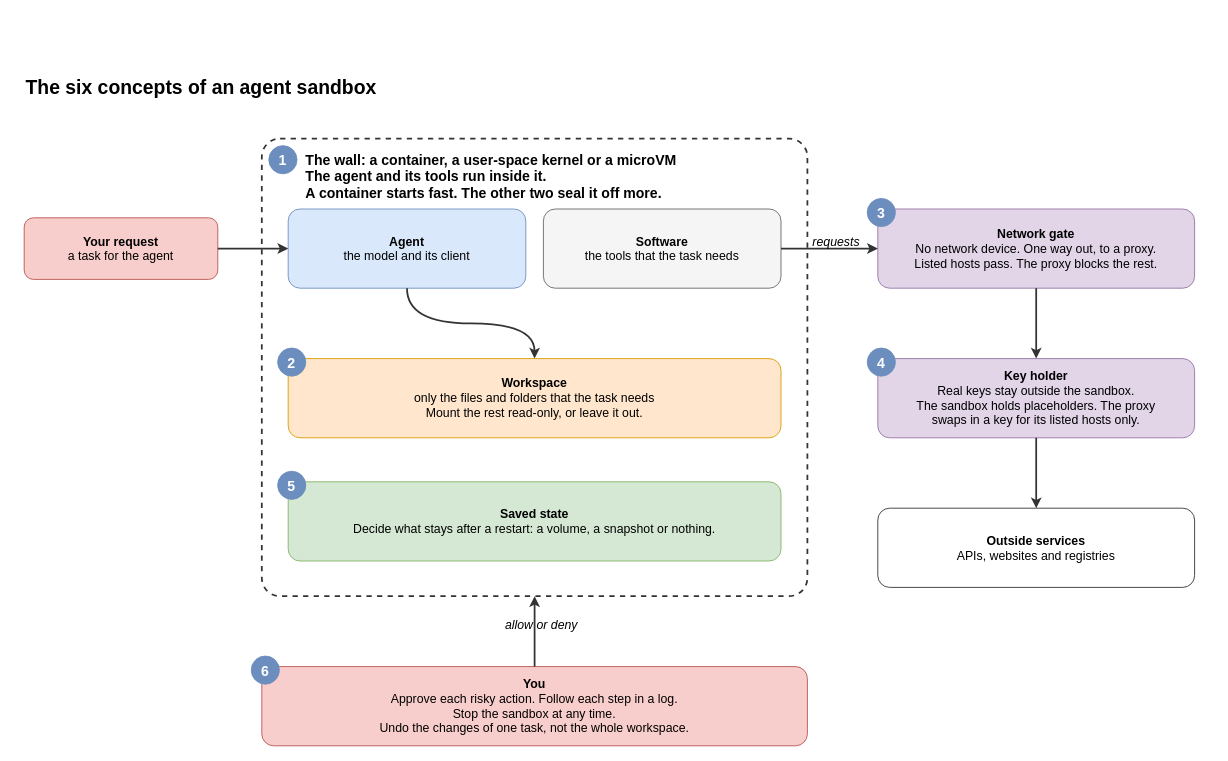
This is .sandbox/docs/diagrams/concepts.drawio from raghav19/engineersdaybook, a draw.io file, before an edit. Source tidied: cells renumbered, new cells numbered last; positions are measured from the earlier drawing's top-left corner, leaving out a move shared by most shapes. Both pictures are drawn from the tidied source at 88%, with x=0, y=0 at pixel (24, 68).
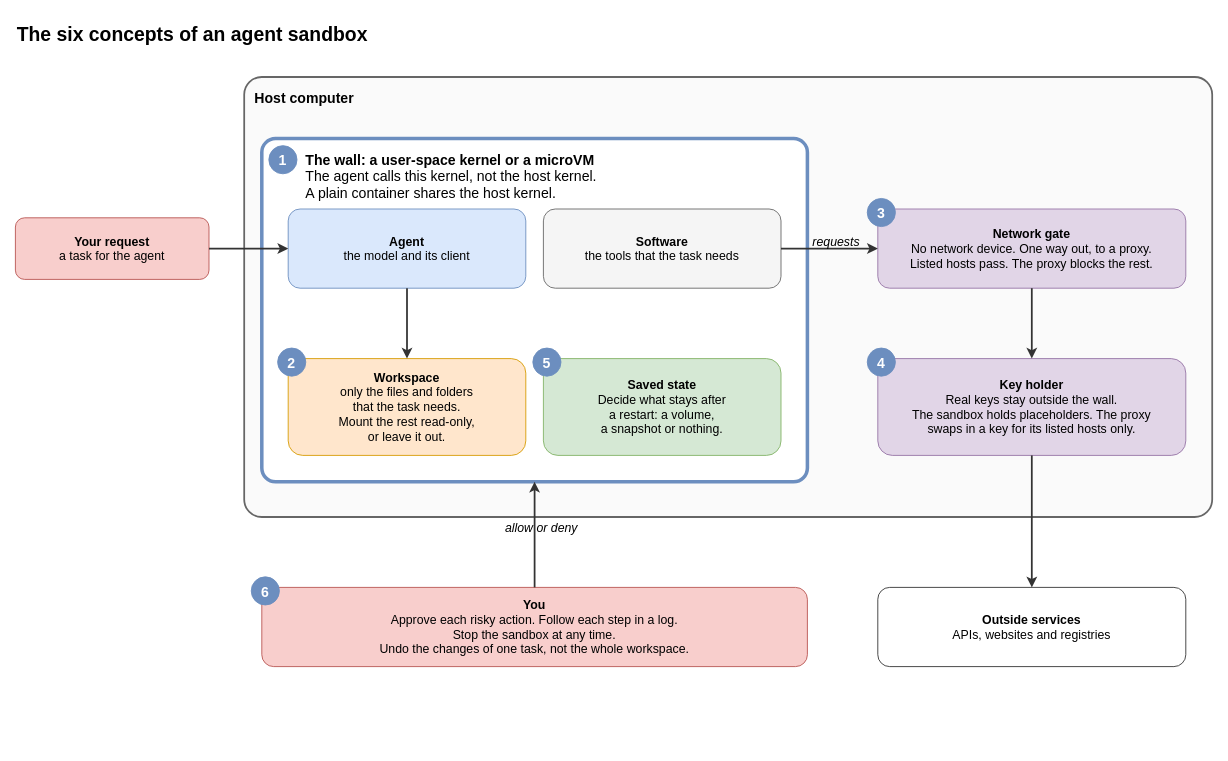
The same diagram, later.

Commit message (it also covers changes not shown here):
sandbox: show the wall as its own box in the concepts diagram

- A grey box is the host computer. In it, a thick blue box is the wall:
  a user-space kernel or a microVM. The agent, the software, the
  workspace and the saved state are in the wall.
- The network gate and the key holder are on the host, outside the wall.
- Each arrow is a straight line between the centers of two box sides.

The edit, as a diff of the source:
```diff
@@
     <mxCell id="2" value="The six concepts of an agent sandbox" style="text;html=0;fontSize=22;fontStyle=1;align=left;verticalAlign=middle;" parent="1" vertex="1">
-      <mxGeometry width="700" height="40" as="geometry" />
+      <mxGeometry x="-10" y="-60" width="700" height="40" as="geometry" />
     </mxCell>
-    <mxCell id="3" value="The wall: a container, a user-space kernel or a microVM&#10;The agent and its tools run inside it.&#10;A container starts fast. The other two seal it off more." style="rounded=1;arcSize=4;dashed=1;whiteSpace=wrap;html=0;fontSize=16;fillColor=#ffffff;strokeColor=#333333;strokeWidth=2;align=left;spacingLeft=48;fontStyle=1;verticalAlign=top;spacingTop=8;" parent="1" vertex="1">
-      <mxGeometry x="270" y="80" width="620" height="520" as="geometry" />
-    </mxCell>
+    <mxCell id="25" value="&lt;b&gt;Host computer&lt;/b&gt;" style="rounded=1;arcSize=4;whiteSpace=wrap;html=1;fontSize=16;fillColor=#fafafa;strokeColor=#666666;strokeWidth=2;align=left;spacingLeft=10;verticalAlign=top;spacingTop=8;" parent="1" vertex="1">
+      <mxGeometry x="250" y="10" width="1100" height="500" as="geometry" />
+    </mxCell>
+    <mxCell id="26" value="&lt;b&gt;The wall: a user-space kernel or a microVM&lt;/b&gt;&lt;br&gt;The agent calls this kernel, not the host kernel.&lt;br&gt;A plain container shares the host kernel." style="rounded=1;arcSize=4;whiteSpace=wrap;html=1;fontSize=16;fillColor=#ffffff;strokeColor=#6c8ebf;strokeWidth=4;align=left;spacingLeft=48;verticalAlign=top;spacingTop=8;" parent="1" vertex="1">
+      <mxGeometry x="270" y="80" width="620" height="390" as="geometry" />
+    </mxCell>
     <mxCell id="4" value="&lt;b&gt;Your request&lt;/b&gt;&lt;br&gt;a task for the agent" style="rounded=1;whiteSpace=wrap;html=1;fontSize=14;fillColor=#f8cecc;strokeColor=#b85450;align=center;verticalAlign=middle;" parent="1" vertex="1">
-      <mxGeometry y="170" width="220" height="70" as="geometry" />
+      <mxGeometry x="-10" y="170" width="220" height="70" as="geometry" />
     </mxCell>
@@
-    <mxCell id="7" value="&lt;b&gt;Workspace&lt;/b&gt;&lt;br&gt;only the files and folders that the task needs&lt;br&gt;Mount the rest read-only, or leave it out." style="rounded=1;whiteSpace=wrap;html=1;fontSize=14;fillColor=#ffe6cc;strokeColor=#d79b00;align=center;verticalAlign=middle;" parent="1" vertex="1">
-      <mxGeometry x="300" y="330" width="560" height="90" as="geometry" />
+    <mxCell id="7" value="&lt;b&gt;Workspace&lt;/b&gt;&lt;br&gt;only the files and folders&lt;br&gt;that the task needs.&lt;br&gt;Mount the rest read-only,&lt;br&gt;or leave it out." style="rounded=1;whiteSpace=wrap;html=1;fontSize=14;fillColor=#ffe6cc;strokeColor=#d79b00;align=center;verticalAlign=middle;" parent="1" vertex="1">
+      <mxGeometry x="300" y="330" width="270" height="110" as="geometry" />
     </mxCell>
-    <mxCell id="8" value="&lt;b&gt;Saved state&lt;/b&gt;&lt;br&gt;Decide what stays after a restart: a volume, a snapshot or nothing." style="rounded=1;whiteSpace=wrap;html=1;fontSize=14;fillColor=#d5e8d4;strokeColor=#82b366;align=center;verticalAlign=middle;" parent="1" vertex="1">
-      <mxGeometry x="300" y="470" width="560" height="90" as="geometry" />
+    <mxCell id="8" value="&lt;b&gt;Saved state&lt;/b&gt;&lt;br&gt;Decide what stays after&lt;br&gt;a restart: a volume,&lt;br&gt;a snapshot or nothing." style="rounded=1;whiteSpace=wrap;html=1;fontSize=14;fillColor=#d5e8d4;strokeColor=#82b366;align=center;verticalAlign=middle;" parent="1" vertex="1">
+      <mxGeometry x="590" y="330" width="270" height="110" as="geometry" />
     </mxCell>
     <mxCell id="9" value="&lt;b&gt;Network gate&lt;/b&gt;&lt;br&gt;No network device. One way out, to a proxy.&lt;br&gt;Listed hosts pass. The proxy blocks the rest." style="rounded=1;whiteSpace=wrap;html=1;fontSize=14;fillColor=#e1d5e7;strokeColor=#9673a6;align=center;verticalAlign=middle;" parent="1" vertex="1">
-      <mxGeometry x="970" y="160" width="360" height="90" as="geometry" />
+      <mxGeometry x="970" y="160" width="350" height="90" as="geometry" />
     </mxCell>
-    <mxCell id="10" value="&lt;b&gt;Key holder&lt;/b&gt;&lt;br&gt;Real keys stay outside the sandbox.&lt;br&gt;The sandbox holds placeholders. The proxy&lt;br&gt;swaps in a key for its listed hosts only." style="rounded=1;whiteSpace=wrap;html=1;fontSize=14;fillColor=#e1d5e7;strokeColor=#9673a6;align=center;verticalAlign=middle;" parent="1" vertex="1">
-      <mxGeometry x="970" y="330" width="360" height="90" as="geometry" />
+    <mxCell id="10" value="&lt;b&gt;Key holder&lt;/b&gt;&lt;br&gt;Real keys stay outside the wall.&lt;br&gt;The sandbox holds placeholders. The proxy&lt;br&gt;swaps in a key for its listed hosts only." style="rounded=1;whiteSpace=wrap;html=1;fontSize=14;fillColor=#e1d5e7;strokeColor=#9673a6;align=center;verticalAlign=middle;" parent="1" vertex="1">
+      <mxGeometry x="970" y="330" width="350" height="110" as="geometry" />
     </mxCell>
     <mxCell id="11" value="&lt;b&gt;Outside services&lt;/b&gt;&lt;br&gt;APIs, websites and registries" style="rounded=1;whiteSpace=wrap;html=1;fontSize=14;fillColor=#ffffff;strokeColor=#333333;align=center;verticalAlign=middle;" parent="1" vertex="1">
-      <mxGeometry x="970" y="500" width="360" height="90" as="geometry" />
+      <mxGeometry x="970" y="590" width="350" height="90" as="geometry" />
     </mxCell>
     <mxCell id="12" value="&lt;b&gt;You&lt;/b&gt;&lt;br&gt;Approve each risky action. Follow each step in a log.&lt;br&gt;Stop the sandbox at any time.&lt;br&gt;Undo the changes of one task, not the whole workspace." style="rounded=1;whiteSpace=wrap;html=1;fontSize=14;fillColor=#f8cecc;strokeColor=#b85450;align=center;verticalAlign=middle;" parent="1" vertex="1">
-      <mxGeometry x="270" y="680" width="620" height="90" as="geometry" />
+      <mxGeometry x="270" y="590" width="620" height="90" as="geometry" />
     </mxCell>
@@
     <mxCell id="15" value="5" style="ellipse;html=0;fontSize=16;fontStyle=1;fontColor=#ffffff;fillColor=#6c8ebf;strokeColor=#6c8ebf;" parent="1" vertex="1">
-      <mxGeometry x="288" y="458" width="32" height="32" as="geometry" />
+      <mxGeometry x="578" y="318" width="32" height="32" as="geometry" />
     </mxCell>
@@
     <mxCell id="18" value="6" style="ellipse;html=0;fontSize=16;fontStyle=1;fontColor=#ffffff;fillColor=#6c8ebf;strokeColor=#6c8ebf;" parent="1" vertex="1">
-      <mxGeometry x="258" y="668" width="32" height="32" as="geometry" />
+      <mxGeometry x="258" y="578" width="32" height="32" as="geometry" />
     </mxCell>
@@
-    <mxCell id="24" value="allow or deny" style="edgeStyle=orthogonalEdgeStyle;rounded=1;curved=1;html=0;labelBackgroundColor=none;fontSize=14;fontStyle=2;strokeWidth=2;strokeColor=#333333;exitX=0.5;exitY=0;exitDx=0;exitDy=0;entryX=0.5;entryY=1;entryDx=0;entryDy=0;" parent="1" edge="1" source="12" target="3">
+    <mxCell id="24" value="allow or deny" style="edgeStyle=orthogonalEdgeStyle;rounded=1;curved=1;html=0;labelBackgroundColor=none;fontSize=14;fontStyle=2;strokeWidth=2;strokeColor=#333333;exitX=0.5;exitY=0;exitDx=0;exitDy=0;entryX=0.5;entryY=1;entryDx=0;entryDy=0;" parent="1" edge="1" source="12" target="26">
       <mxGeometry relative="1" as="geometry">
         <mxPoint x="8" y="-8" as="offset" />
       </mxGeometry>
     </mxCell>
```
